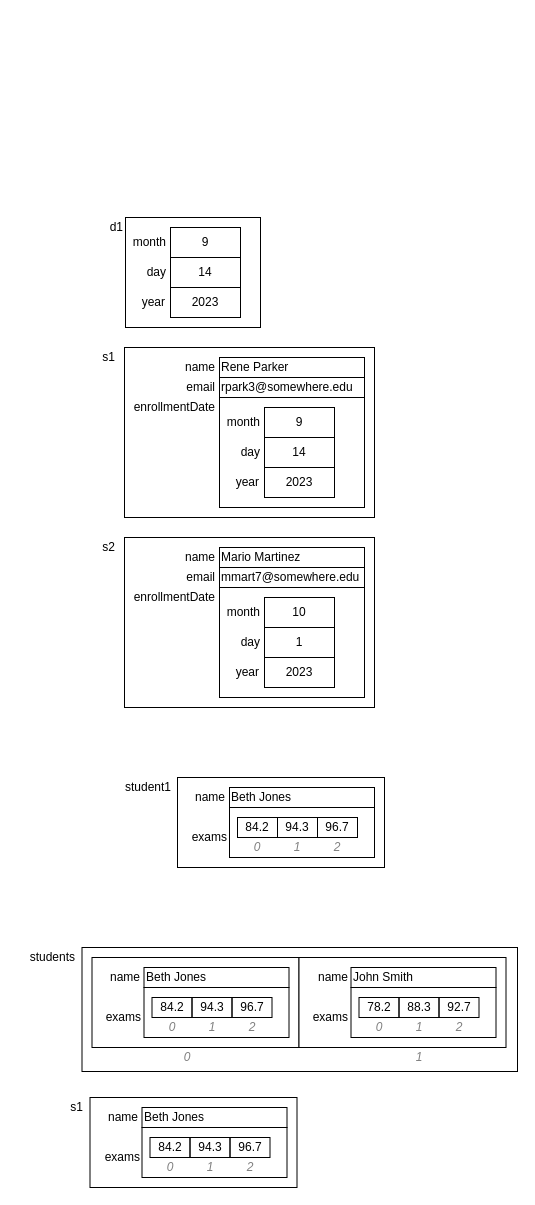
Before: page "Page-1" (1 of 3) of external/images/structs.drawio in ascholerChemeketa/welcomeprogramming, a draw.io diagram. Source tidied: cells renumbered, new cells numbered last; positions are measured from the earlier drawing's top-left corner, leaving out a move shared by most shapes. Both pictures are drawn from the tidied source at 100%, with x=0, y=0 at pixel (17, 217).
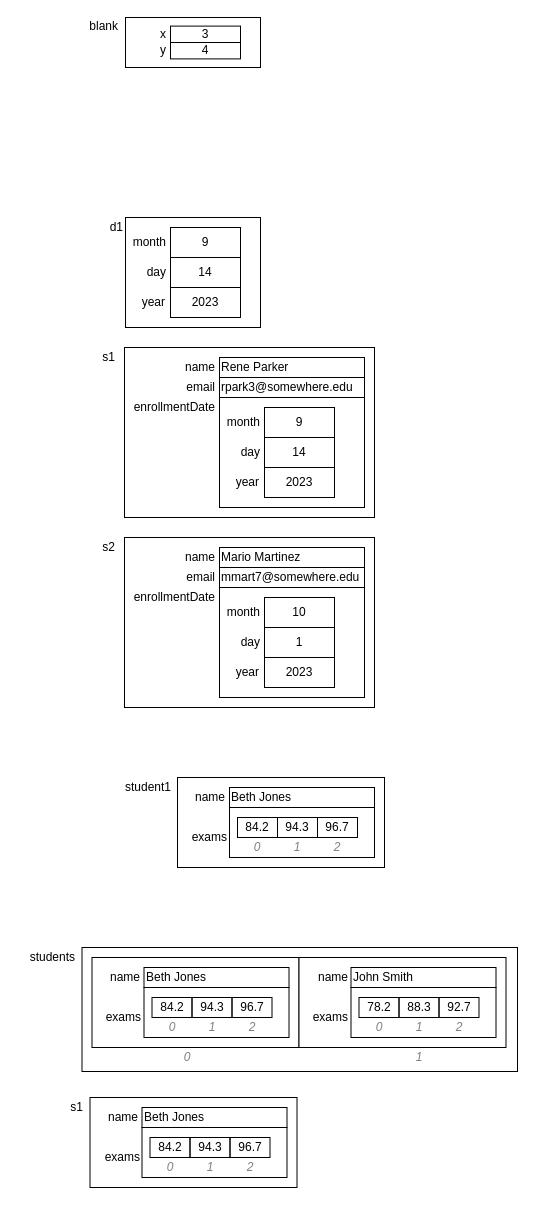
After the change.

What changed in the source:
```diff
@@
+    <mxCell id="136" style="group;" parent="1" vertex="1">
+      <mxGeometry x="8" y="-200" width="235" height="60" as="geometry" />
+    </mxCell>
+    <mxCell id="137" style="rounded=0;whiteSpace=wrap;html=1;" parent="136" vertex="1">
+      <mxGeometry x="100" width="135" height="50" as="geometry" />
+    </mxCell>
+    <mxCell id="138" style="group;" parent="136" vertex="1">
+      <mxGeometry x="105" y="8.6" width="110" height="16.4" as="geometry" />
+    </mxCell>
+    <mxCell id="139" value="x" style="text;html=1;strokeColor=none;fillColor=none;align=right;verticalAlign=middle;whiteSpace=wrap;rounded=0;" parent="138" vertex="1">
+      <mxGeometry x="-22" y="2.7" width="60" height="10.9" as="geometry" />
+    </mxCell>
+    <mxCell id="140" value="blank" style="text;html=1;strokeColor=none;fillColor=none;align=right;verticalAlign=middle;whiteSpace=wrap;rounded=0;" parent="138" vertex="1">
+      <mxGeometry x="-65" y="-5.5" width="55" height="10.9" as="geometry" />
+    </mxCell>
+    <mxCell id="141" style="group;" parent="136" vertex="1">
+      <mxGeometry x="105" y="25" width="110" height="16.4" as="geometry" />
+    </mxCell>
+    <mxCell id="142" value="y" style="text;html=1;strokeColor=none;fillColor=none;align=right;verticalAlign=middle;whiteSpace=wrap;rounded=0;" parent="141" vertex="1">
+      <mxGeometry x="-22" y="2.7" width="60" height="10.9" as="geometry" />
+    </mxCell>
+    <mxCell id="143" value="3" style="rounded=0;whiteSpace=wrap;html=1;" parent="136" vertex="1">
+      <mxGeometry x="145" y="8.6" width="70" height="16.4" as="geometry" />
+    </mxCell>
+    <mxCell id="144" value="4" style="rounded=0;whiteSpace=wrap;html=1;" parent="136" vertex="1">
+      <mxGeometry x="145" y="25" width="70" height="16.4" as="geometry" />
+    </mxCell>
```
